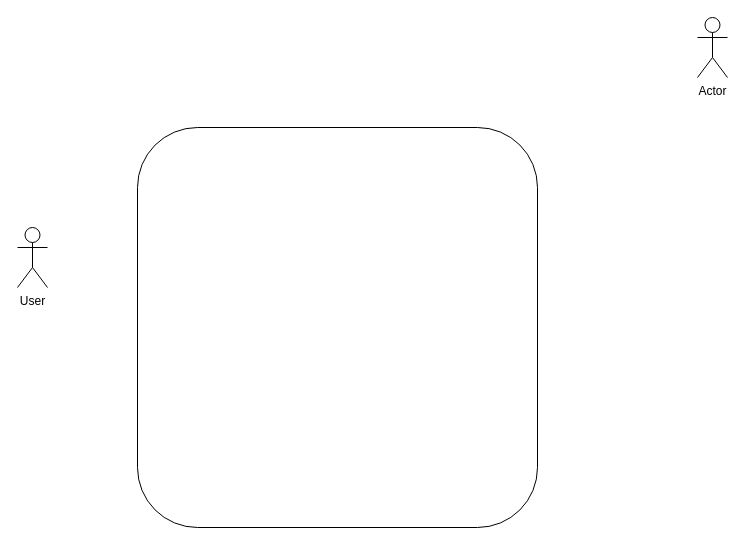
Before: Usecase.drawio in astrrr/Right-posture, a draw.io diagram. Source tidied: cells renumbered, new cells numbered last; positions are measured from the earlier drawing's top-left corner, leaving out a move shared by most shapes. Both pictures are drawn from the tidied source at 100%, with x=0, y=0 at pixel (17, 17).
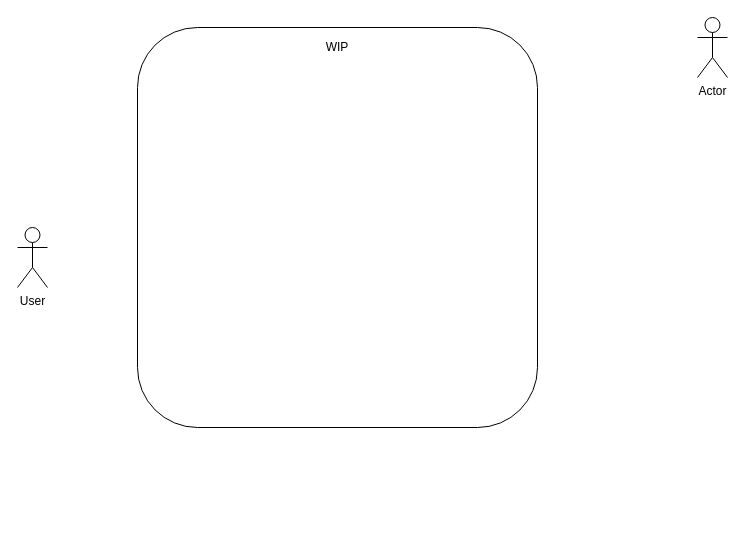
After the change.

What changed in the source:
```diff
@@
 <mxGraphModel>
   <root>
     <mxCell id="0" />
     <mxCell id="1" parent="0" />
     <mxCell id="2" value="User&lt;br&gt;" style="shape=umlActor;verticalLabelPosition=bottom;verticalAlign=top;html=1;" parent="1" vertex="1">
       <mxGeometry y="210" width="30" height="60" as="geometry" />
     </mxCell>
     <mxCell id="3" value="Actor" style="shape=umlActor;verticalLabelPosition=bottom;verticalAlign=top;html=1;" parent="1" vertex="1">
       <mxGeometry x="680" width="30" height="60" as="geometry" />
     </mxCell>
     <mxCell id="4" style="whiteSpace=wrap;html=1;rounded=1;" parent="1" vertex="1">
-      <mxGeometry x="120" y="110" width="400" height="400" as="geometry" />
+      <mxGeometry x="120" y="10" width="400" height="400" as="geometry" />
     </mxCell>
+    <mxCell id="5" value="WIP" style="text;html=1;strokeColor=none;fillColor=none;align=center;verticalAlign=middle;whiteSpace=wrap;rounded=0;" parent="1" vertex="1">
+      <mxGeometry x="265" y="20" width="110" height="20" as="geometry" />
+    </mxCell>
   </root>
 </mxGraphModel>
```
